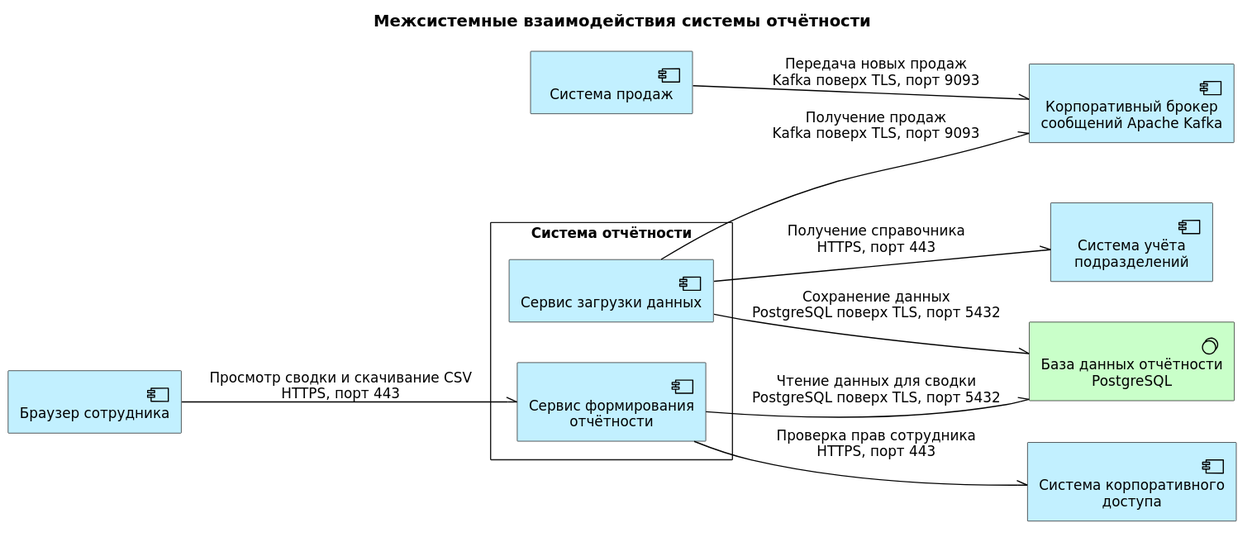
Before: docs/examples/reporting-system/interactions.svg, a diagram exported from PlantUML (Volodya1000/SolutionArchitectAI).
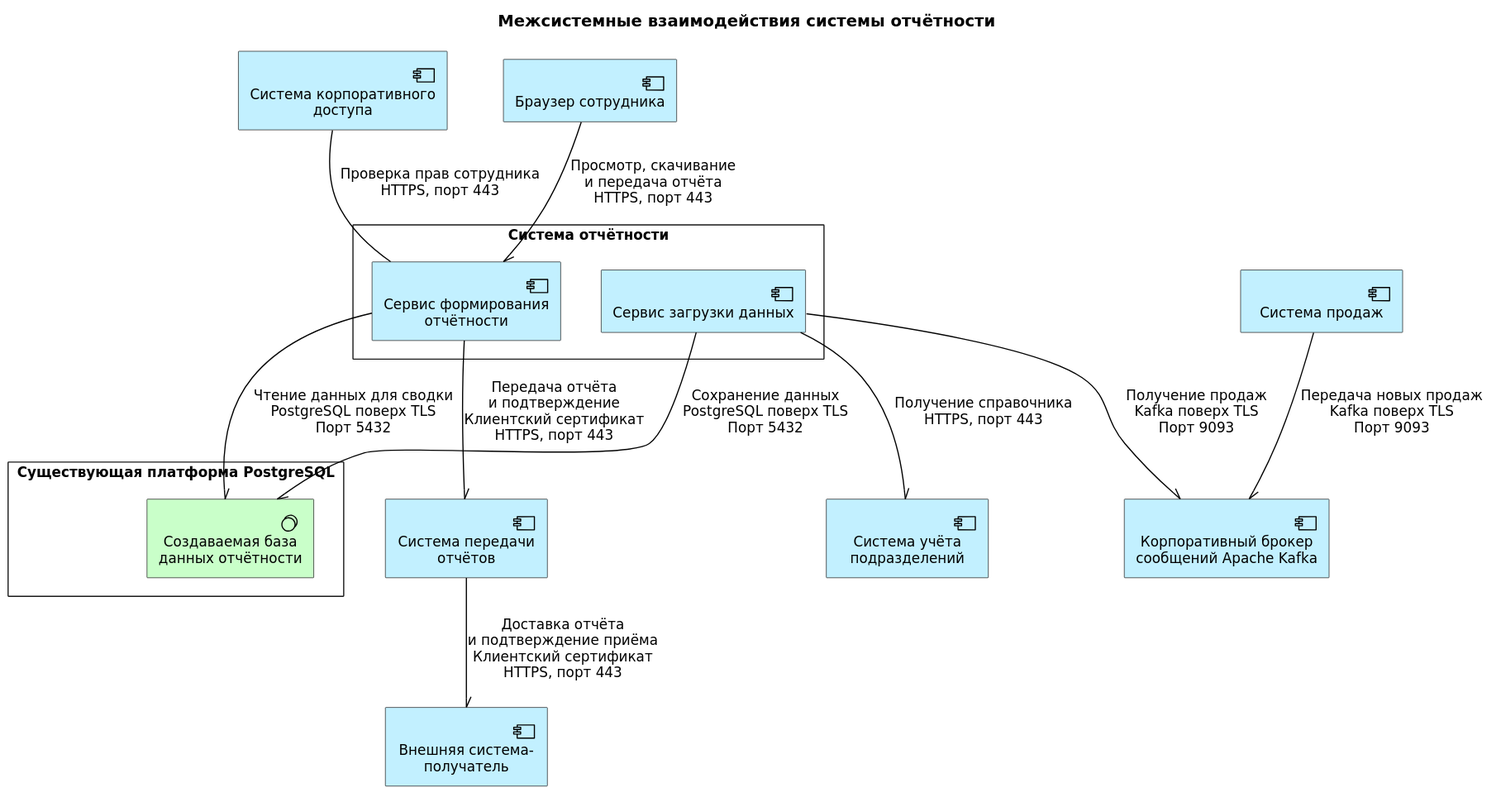
Later version of the same file.

Diff of the diagram source:
```diff
@@ -1,6 +1,6 @@
 @startuml
 !include <archimate/Archimate>
-left to right direction
+top to bottom direction
 skinparam defaultFontName DejaVu Sans
 skinparam shadowing false
 skinparam nodesep 35
@@ -11,19 +11,25 @@
 Application_Component(units, "Система учёта\nподразделений")
 Application_Component(access, "Система корпоративного\nдоступа")
 Application_Component(broker, "Корпоративный брокер\nсообщений Apache Kafka")
+Application_Component(delivery, "Система передачи\nотчётов")
+Application_Component(recipient, "Внешняя система-\nполучатель")
 Application_Component(browser, "Браузер сотрудника")
-Technology_SystemSoftware(database, "База данных отчётности\nPostgreSQL")
+rectangle "Существующая платформа PostgreSQL" {
+  Technology_SystemSoftware(database, "Создаваемая база\nданных отчётности")
+}
 
 rectangle "Система отчётности" {
   Application_Component(loader, "Сервис загрузки данных")
   Application_Component(reporting, "Сервис формирования\nотчётности")
 }
 
-Rel_Association_dir(sales, broker, "Передача новых продаж\nKafka поверх TLS, порт 9093")
-Rel_Association_dir(loader, broker, "Получение продаж\nKafka поверх TLS, порт 9093")
+Rel_Association_dir(sales, broker, "Передача новых продаж\nKafka поверх TLS\nПорт 9093")
+Rel_Association_dir(loader, broker, "Получение продаж\nKafka поверх TLS\nПорт 9093")
 Rel_Association_dir(loader, units, "Получение справочника\nHTTPS, порт 443")
-Rel_Association_dir(loader, database, "Сохранение данных\nPostgreSQL поверх TLS, порт 5432")
-Rel_Association_dir(reporting, database, "Чтение данных для сводки\nPostgreSQL поверх TLS, порт 5432")
-Rel_Association_dir(reporting, access, "Проверка прав сотрудника\nHTTPS, порт 443")
-Rel_Association_dir(browser, reporting, "Просмотр сводки и скачивание CSV\nHTTPS, порт 443")
+Rel_Association_dir(loader, database, "Сохранение данных\nPostgreSQL поверх TLS\nПорт 5432")
+Rel_Association_dir(reporting, database, "Чтение данных для сводки\nPostgreSQL поверх TLS\nПорт 5432")
+Rel_Association_Up(reporting, access, "Проверка прав сотрудника\nHTTPS, порт 443")
+Rel_Association_dir(browser, reporting, "Просмотр, скачивание\nи передача отчёта\nHTTPS, порт 443")
+Rel_Association_dir(reporting, delivery, "Передача отчёта\nи подтверждение\nКлиентский сертификат\nHTTPS, порт 443")
+Rel_Association_dir(delivery, recipient, "Доставка отчёта\nи подтверждение приёма\nКлиентский сертификат\nHTTPS, порт 443")
 @enduml
```
